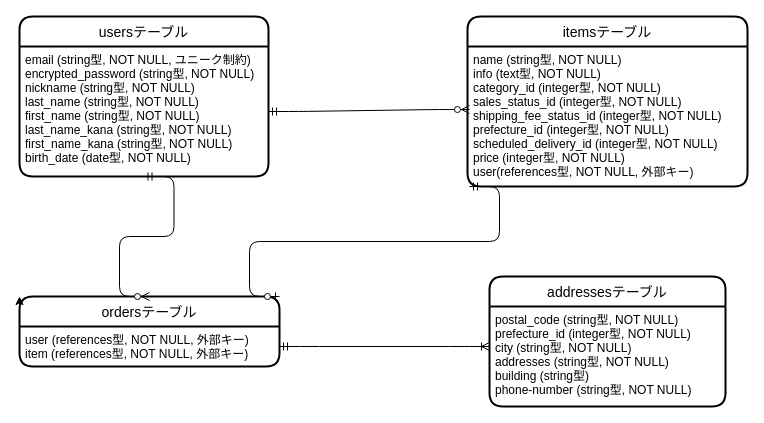
Above: application.dio in kanieksuke/furima-37215 (draw.io), before the change. Source tidied: cells renumbered, new cells numbered last; positions are measured from the earlier drawing's top-left corner, leaving out a move shared by most shapes. Both pictures are drawn from the tidied source at 100%, with x=0, y=0 at pixel (19, 16).
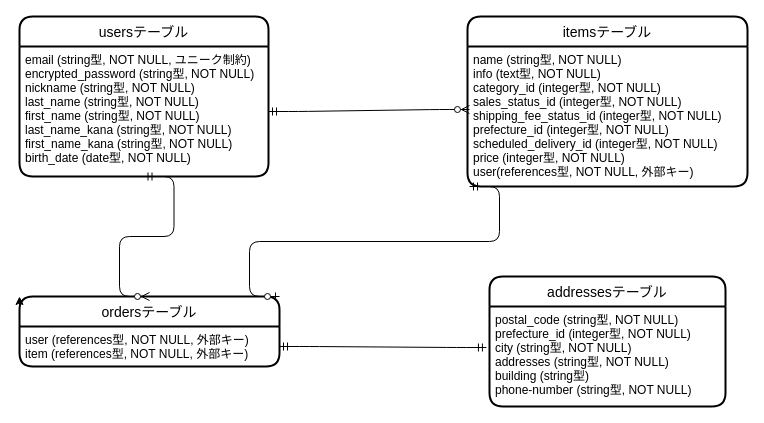
After the change.

Commit message (it also covers changes not shown here):
データベース設計（修正04）

What changed in the source:
```diff
@@
 <mxGraphModel>
   <root>
     <mxCell id="0" />
     <mxCell id="1" parent="0" />
     <mxCell id="2" value="usersテーブル" style="swimlane;horizontal=1;startSize=30;rounded=1;fontSize=14;fontStyle=0;strokeWidth=2;shadow=0;dashed=0;align=center;" parent="1" vertex="1">
       <mxGeometry width="249" height="160" as="geometry" />
     </mxCell>
     <mxCell id="3" value="email (string型, NOT NULL, ユニーク制約)&#10;encrypted_password (string型, NOT NULL)&#10;nickname (string型, NOT NULL)&#10;last_name (string型, NOT NULL)&#10;first_name (string型, NOT NULL)&#10;last_name_kana (string型, NOT NULL)&#10;first_name_kana (string型, NOT NULL)&#10;birth_date (date型, NOT NULL)" style="align=left;strokeColor=none;fillColor=none;spacingLeft=4;fontSize=12;verticalAlign=top;" parent="2" vertex="1">
       <mxGeometry y="30" width="249" height="130" as="geometry" />
     </mxCell>
     <mxCell id="4" value="itemsテーブル" style="swimlane;horizontal=1;startSize=30;rounded=1;fontSize=14;fontStyle=0;strokeWidth=2;shadow=0;dashed=0;align=center;" parent="1" vertex="1">
       <mxGeometry x="448" width="280" height="170" as="geometry" />
     </mxCell>
     <mxCell id="5" value="name (string型, NOT NULL)&#10;info (text型, NOT NULL)&#10;category_id (integer型, NOT NULL)&#10;sales_status_id (integer型, NOT NULL)&#10;shipping_fee_status_id (integer型, NOT NULL)&#10;prefecture_id (integer型, NOT NULL)&#10;scheduled_delivery_id (integer型, NOT NULL)&#10;price (integer型, NOT NULL)&#10;user(references型, NOT NULL, 外部キー)" style="align=left;strokeColor=none;fillColor=none;spacingLeft=4;fontSize=12;verticalAlign=top;" parent="4" vertex="1">
       <mxGeometry y="30" width="280" height="140" as="geometry" />
     </mxCell>
     <mxCell id="6" value="addressesテーブル" style="swimlane;horizontal=1;startSize=30;rounded=1;fontSize=14;fontStyle=0;strokeWidth=2;shadow=0;dashed=0;align=center;" parent="1" vertex="1">
       <mxGeometry x="470" y="260" width="236" height="130" as="geometry" />
     </mxCell>
     <mxCell id="7" value="postal_code (string型, NOT NULL)&#10;prefecture_id (integer型, NOT NULL)&#10;city (string型, NOT NULL)&#10;addresses (string型, NOT NULL)&#10;building (string型)&#10;phone-number (string型, NOT NULL)&#10;" style="align=left;strokeColor=none;fillColor=none;spacingLeft=4;fontSize=12;verticalAlign=top;" parent="6" vertex="1">
       <mxGeometry y="30" width="236" height="100" as="geometry" />
     </mxCell>
     <mxCell id="8" value="ordersテーブル" style="swimlane;horizontal=1;startSize=30;rounded=1;fontSize=14;fontStyle=0;strokeWidth=2;shadow=0;dashed=0;align=center;" parent="1" vertex="1">
       <mxGeometry y="280" width="260" height="70" as="geometry" />
     </mxCell>
     <mxCell id="9" style="edgeStyle=none;html=1;exitX=0;exitY=0.25;exitDx=0;exitDy=0;entryX=0;entryY=0;entryDx=0;entryDy=0;" parent="8" edge="1" source="11" target="8">
       <mxGeometry relative="1" as="geometry" />
     </mxCell>
     <mxCell id="10" style="edgeStyle=entityRelationEdgeStyle;fontSize=12;html=1;endArrow=ERzeroToOne;startArrow=ERmandOne;" parent="8" edge="1">
       <mxGeometry relative="1" as="geometry">
         <mxPoint x="450" y="-110" as="sourcePoint" />
         <mxPoint x="260" as="targetPoint" />
       </mxGeometry>
     </mxCell>
     <mxCell id="11" value="user (references型, NOT NULL, 外部キー)&#10;item (references型, NOT NULL, 外部キー)" style="align=left;strokeColor=none;fillColor=none;spacingLeft=4;fontSize=12;verticalAlign=top;" parent="8" vertex="1">
       <mxGeometry y="30" width="260" height="40" as="geometry" />
     </mxCell>
     <mxCell id="12" style="edgeStyle=entityRelationEdgeStyle;fontSize=12;html=1;endArrow=ERzeroToMany;startArrow=ERmandOne;exitX=0.5;exitY=1;exitDx=0;exitDy=0;entryX=0.5;entryY=0;entryDx=0;entryDy=0;" parent="1" edge="1" source="3" target="8">
       <mxGeometry relative="1" as="geometry" />
     </mxCell>
     <mxCell id="13" style="edgeStyle=entityRelationEdgeStyle;fontSize=12;html=1;endArrow=ERzeroToMany;startArrow=ERmandOne;exitX=1;exitY=0.5;exitDx=0;exitDy=0;entryX=0.007;entryY=0.45;entryDx=0;entryDy=0;entryPerimeter=0;" parent="1" edge="1" source="3" target="5">
       <mxGeometry relative="1" as="geometry" />
     </mxCell>
-    <mxCell id="14" style="edgeStyle=entityRelationEdgeStyle;fontSize=12;html=1;endArrow=ERoneToMany;startArrow=ERmandOne;exitX=1;exitY=0.5;exitDx=0;exitDy=0;" parent="1" edge="1" source="11">
-      <mxGeometry relative="1" as="geometry">
-        <mxPoint x="470" y="330" as="targetPoint" />
-      </mxGeometry>
-    </mxCell>
+    <mxCell id="15" style="edgeStyle=entityRelationEdgeStyle;fontSize=12;html=1;endArrow=ERmandOne;startArrow=ERmandOne;exitX=1;exitY=0.5;exitDx=0;exitDy=0;entryX=-0.013;entryY=0.41;entryDx=0;entryDy=0;entryPerimeter=0;" parent="1" edge="1" source="11" target="7">
+      <mxGeometry relative="1" as="geometry" />
+    </mxCell>
   </root>
 </mxGraphModel>
```
